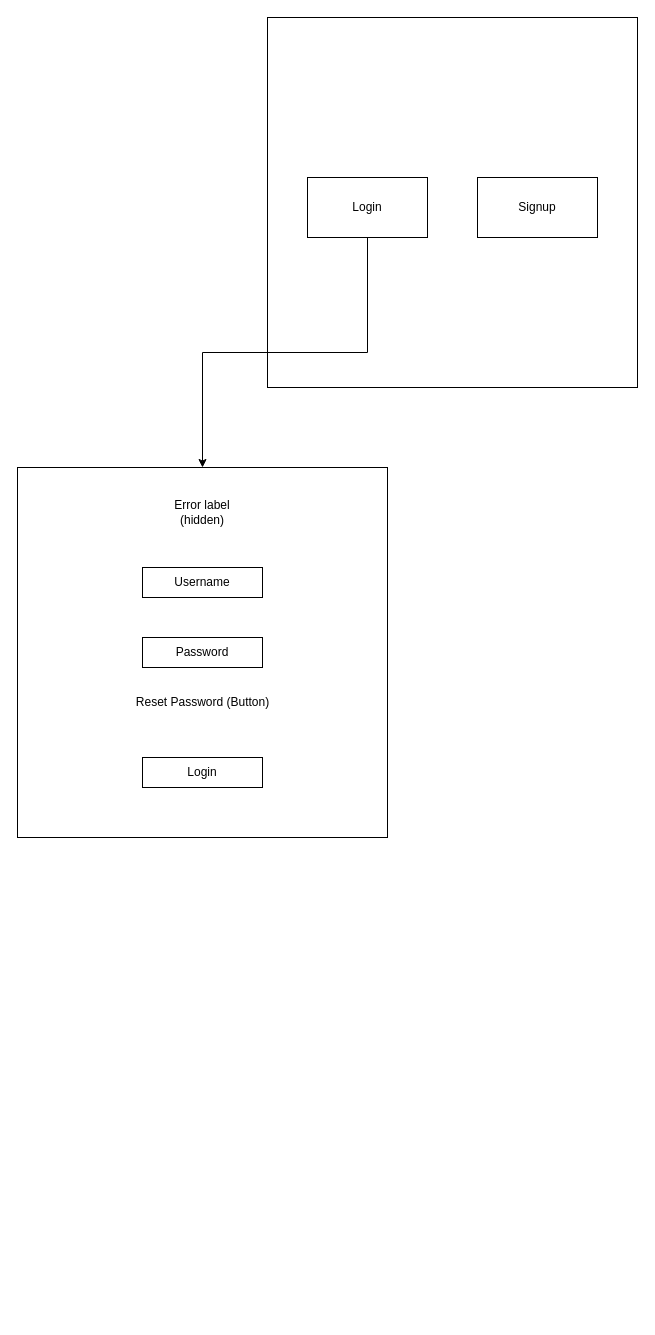
Above: Tk-Python-Casino.drawio in moffd234/TK-Python-Casino (draw.io), before the change. Source tidied: cells renumbered, new cells numbered last; positions are measured from the earlier drawing's top-left corner, leaving out a move shared by most shapes. Both pictures are drawn from the tidied source at 100%, with x=0, y=0 at pixel (17, 17).
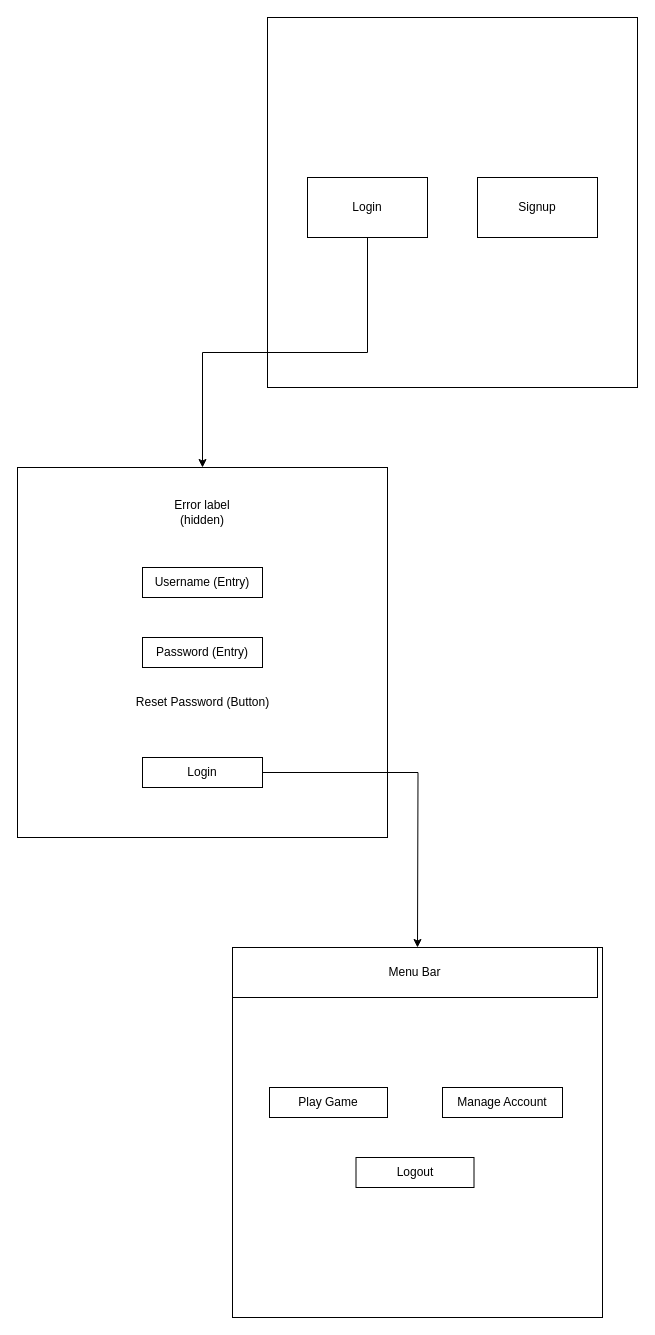
Above is the later version.

Commit message:
Created MainMenuFrame drawing

The edit, as a diff of the source:
```diff
@@
 <mxGraphModel>
   <root>
     <mxCell id="0" />
     <mxCell id="1" parent="0" />
     <mxCell id="2" style="whiteSpace=wrap;html=1;" parent="1" vertex="1">
       <mxGeometry x="250" width="370" height="370" as="geometry" />
     </mxCell>
     <mxCell id="3" style="edgeStyle=orthogonalEdgeStyle;rounded=0;jettySize=auto;html=1;" parent="1" edge="1" source="4" target="6">
       <mxGeometry relative="1" as="geometry" />
     </mxCell>
     <mxCell id="4" value="Login" style="rounded=0;whiteSpace=wrap;html=1;" parent="1" vertex="1">
       <mxGeometry x="290" y="160" width="120" height="60" as="geometry" />
     </mxCell>
     <mxCell id="5" value="Signup" style="rounded=0;whiteSpace=wrap;html=1;" parent="1" vertex="1">
       <mxGeometry x="460" y="160" width="120" height="60" as="geometry" />
     </mxCell>
     <mxCell id="6" style="whiteSpace=wrap;html=1;" parent="1" vertex="1">
       <mxGeometry y="450" width="370" height="370" as="geometry" />
     </mxCell>
-    <mxCell id="7" value="Username" style="rounded=0;whiteSpace=wrap;html=1;" parent="1" vertex="1">
+    <mxCell id="7" value="Username (Entry)" style="rounded=0;whiteSpace=wrap;html=1;" parent="1" vertex="1">
       <mxGeometry x="125" y="550" width="120" height="30" as="geometry" />
     </mxCell>
-    <mxCell id="8" value="Password" style="rounded=0;whiteSpace=wrap;html=1;" parent="1" vertex="1">
+    <mxCell id="8" value="Password (Entry)" style="rounded=0;whiteSpace=wrap;html=1;" parent="1" vertex="1">
       <mxGeometry x="125" y="620" width="120" height="30" as="geometry" />
     </mxCell>
     <mxCell id="9" value="Reset Password (Button)" style="text;html=1;align=center;verticalAlign=middle;whiteSpace=wrap;rounded=0;" parent="1" vertex="1">
       <mxGeometry x="97.5" y="670" width="175" height="30" as="geometry" />
     </mxCell>
+    <mxCell id="12" style="edgeStyle=orthogonalEdgeStyle;rounded=0;jettySize=auto;html=1;" parent="1" edge="1" source="10">
+      <mxGeometry relative="1" as="geometry">
+        <mxPoint x="400" y="930" as="targetPoint" />
+      </mxGeometry>
+    </mxCell>
     <mxCell id="10" value="Login" style="rounded=0;whiteSpace=wrap;html=1;" parent="1" vertex="1">
       <mxGeometry x="125" y="740" width="120" height="30" as="geometry" />
     </mxCell>
     <mxCell id="11" value="Error label (hidden)" style="text;html=1;align=center;verticalAlign=middle;whiteSpace=wrap;rounded=0;" parent="1" vertex="1">
       <mxGeometry x="155" y="480" width="60" height="30" as="geometry" />
     </mxCell>
+    <mxCell id="13" style="whiteSpace=wrap;html=1;" parent="1" vertex="1">
+      <mxGeometry x="215" y="930" width="370" height="370" as="geometry" />
+    </mxCell>
+    <mxCell id="14" value="Menu Bar" style="rounded=0;whiteSpace=wrap;html=1;" parent="1" vertex="1">
+      <mxGeometry x="215" y="930" width="365" height="50" as="geometry" />
+    </mxCell>
+    <mxCell id="15" value="Play Game" style="rounded=0;whiteSpace=wrap;html=1;" parent="1" vertex="1">
+      <mxGeometry x="252" y="1070" width="118" height="30" as="geometry" />
+    </mxCell>
+    <mxCell id="16" value="Manage Account" style="rounded=0;whiteSpace=wrap;html=1;" parent="1" vertex="1">
+      <mxGeometry x="425" y="1070" width="120" height="30" as="geometry" />
+    </mxCell>
+    <mxCell id="17" value="Logout" style="rounded=0;whiteSpace=wrap;html=1;" parent="1" vertex="1">
+      <mxGeometry x="338.5" y="1140" width="118" height="30" as="geometry" />
+    </mxCell>
   </root>
 </mxGraphModel>
```
